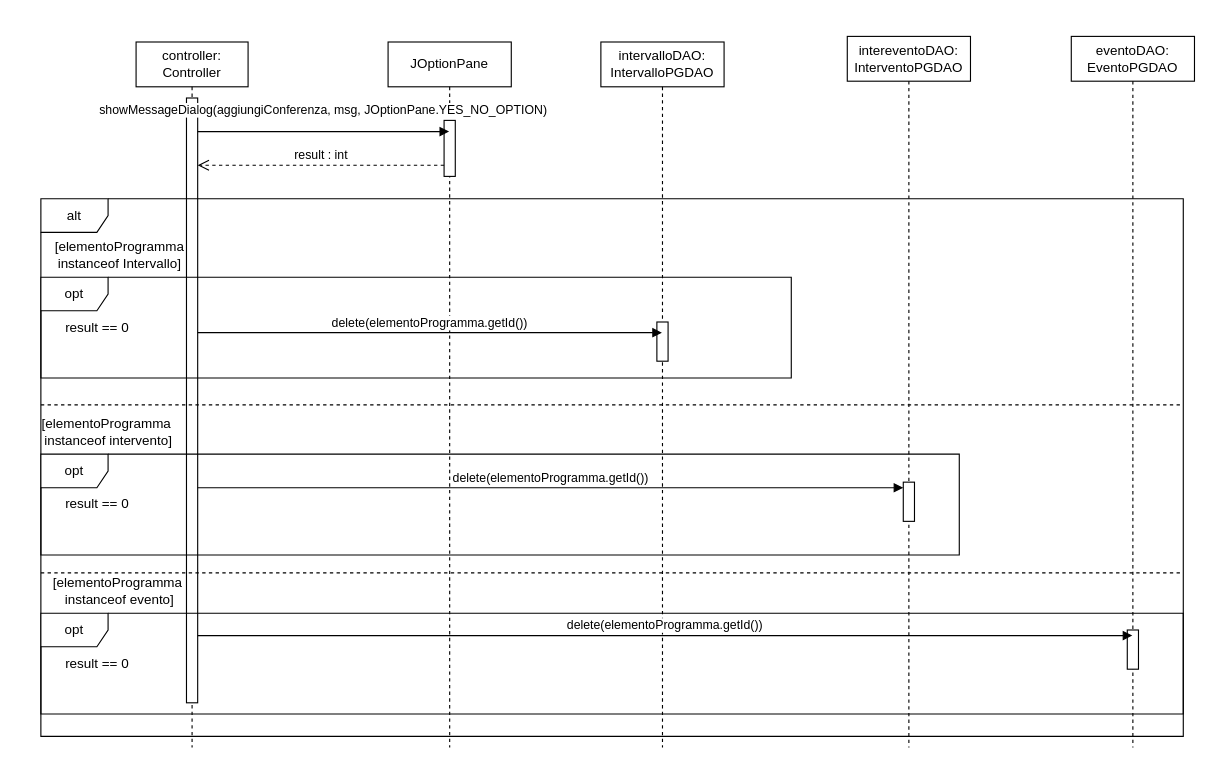
Earlier version of the draw.io diagram UML-DB/SequenceDeleteElementoProgramma.drawio (LeoCucurachi/GestioneConferenze). Source tidied: cells renumbered, new cells numbered last; positions are measured from the earlier drawing's top-left corner, leaving out a move shared by most shapes. Both pictures are drawn from the tidied source at 112%, with x=0, y=0 at pixel (29, 36).
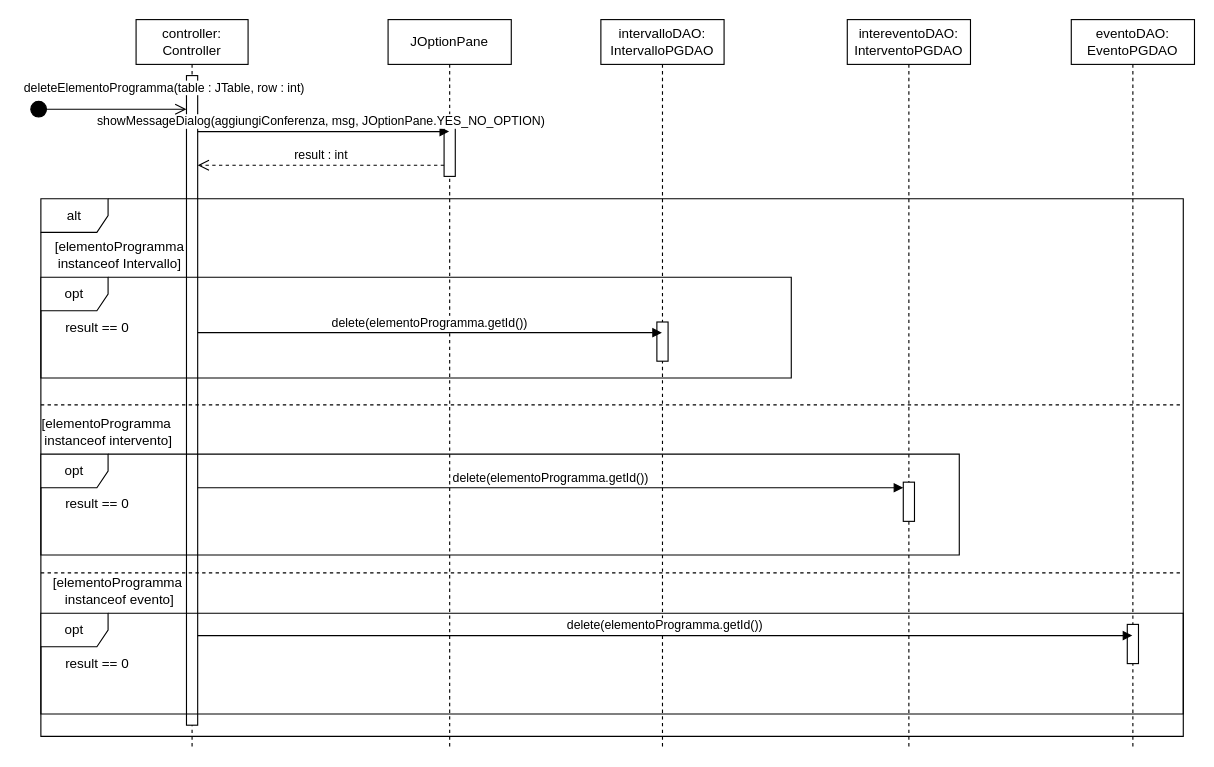
After the change.

The edit, as a diff of the source:
```diff
@@
     <mxCell id="2" value="controller:&lt;br&gt;Controller" style="shape=umlLifeline;perimeter=lifelinePerimeter;whiteSpace=wrap;html=1;newEdgeStyle={&quot;curved&quot;:0,&quot;rounded&quot;:0};" parent="1" vertex="1">
-      <mxGeometry x="95" y="5" width="100" height="630" as="geometry" />
+      <mxGeometry x="95" y="-15" width="100" height="650" as="geometry" />
     </mxCell>
     <mxCell id="3" style="html=1;points=[[0,0,0,0,5],[0,1,0,0,-5],[1,0,0,0,5],[1,1,0,0,-5]];perimeter=orthogonalPerimeter;outlineConnect=0;targetShapes=umlLifeline;portConstraint=eastwest;newEdgeStyle={&quot;curved&quot;:0,&quot;rounded&quot;:0};" parent="2" vertex="1">
-      <mxGeometry x="45" y="50" width="10" height="540" as="geometry" />
+      <mxGeometry x="45" y="50" width="10" height="580" as="geometry" />
     </mxCell>
@@
     <mxCell id="5" value="intervalloDAO:&lt;br&gt;IntervalloPGDAO" style="shape=umlLifeline;perimeter=lifelinePerimeter;whiteSpace=wrap;html=1;newEdgeStyle={&quot;curved&quot;:0,&quot;rounded&quot;:0};" parent="1" vertex="1">
-      <mxGeometry x="510" y="5" width="110" height="630" as="geometry" />
+      <mxGeometry x="510" y="-15" width="110" height="650" as="geometry" />
     </mxCell>
     <mxCell id="6" style="html=1;perimeter=orthogonalPerimeter;targetShapes=umlLifeline;newEdgeStyle={&quot;curved&quot;:0,&quot;rounded&quot;:0};" parent="5" vertex="1">
-      <mxGeometry x="50" y="250" width="10" height="35" as="geometry" />
+      <mxGeometry x="50" y="270" width="10" height="35" as="geometry" />
     </mxCell>
     <mxCell id="7" value="JOptionPane" style="shape=umlLifeline;perimeter=lifelinePerimeter;whiteSpace=wrap;html=1;outlineConnect=0;portConstraint=eastwest;newEdgeStyle={&quot;curved&quot;:0,&quot;rounded&quot;:0};" parent="1" vertex="1">
-      <mxGeometry x="320" y="5" width="110" height="630" as="geometry" />
+      <mxGeometry x="320" y="-15" width="110" height="650" as="geometry" />
     </mxCell>
     <mxCell id="8" style="html=1;perimeter=orthogonalPerimeter;targetShapes=umlLifeline;newEdgeStyle={&quot;curved&quot;:0,&quot;rounded&quot;:0};" parent="7" vertex="1">
-      <mxGeometry x="50" y="70" width="10" height="50" as="geometry" />
+      <mxGeometry x="50" y="90" width="10" height="50" as="geometry" />
     </mxCell>
     <mxCell id="9" value="showMessageDialog(aggiungiConferenza, msg, JOptionPane.YES_NO_OPTION)" style="html=1;verticalAlign=bottom;endArrow=block;curved=0;rounded=0;" parent="1" edge="1" source="3" target="7">
-      <mxGeometry y="10" relative="1" as="geometry">
+      <mxGeometry x="-0.02" relative="1" as="geometry">
         <Array as="points">
           <mxPoint x="300" y="85" />
         </Array>
       </mxGeometry>
     </mxCell>
@@
     <mxCell id="17" value="intereventoDAO: InterventoPGDAO" style="shape=umlLifeline;perimeter=lifelinePerimeter;whiteSpace=wrap;html=1;newEdgeStyle={&quot;curved&quot;:0,&quot;rounded&quot;:0};" parent="1" vertex="1">
-      <mxGeometry x="730" width="110" height="635" as="geometry" />
+      <mxGeometry x="730" y="-15" width="110" height="650" as="geometry" />
     </mxCell>
     <mxCell id="18" style="html=1;perimeter=orthogonalPerimeter;targetShapes=umlLifeline;newEdgeStyle={&quot;curved&quot;:0,&quot;rounded&quot;:0};" parent="17" vertex="1">
-      <mxGeometry x="50" y="398" width="10" height="35" as="geometry" />
+      <mxGeometry x="50" y="413" width="10" height="35" as="geometry" />
     </mxCell>
@@
     <mxCell id="22" value="eventoDAO: EventoPGDAO" style="shape=umlLifeline;perimeter=lifelinePerimeter;whiteSpace=wrap;html=1;newEdgeStyle={&quot;curved&quot;:0,&quot;rounded&quot;:0};" parent="1" vertex="1">
-      <mxGeometry x="930" width="110" height="635" as="geometry" />
+      <mxGeometry x="930" y="-15" width="110" height="650" as="geometry" />
     </mxCell>
     <mxCell id="23" style="html=1;perimeter=orthogonalPerimeter;targetShapes=umlLifeline;newEdgeStyle={&quot;curved&quot;:0,&quot;rounded&quot;:0};" parent="22" vertex="1">
-      <mxGeometry x="50" y="530" width="10" height="35" as="geometry" />
+      <mxGeometry x="50" y="540" width="10" height="35" as="geometry" />
     </mxCell>
@@
+    <mxCell id="29" value="deleteElementoProgramma(table : JTable, row : int)" style="html=1;verticalAlign=bottom;startArrow=circle;startFill=1;endArrow=open;startSize=6;endSize=8;curved=0;rounded=0;" parent="1" edge="1">
+      <mxGeometry x="0.71" y="10" relative="1" as="geometry">
+        <mxPoint y="65" as="sourcePoint" />
+        <mxPoint x="140" y="65" as="targetPoint" />
+      </mxGeometry>
+    </mxCell>
```
